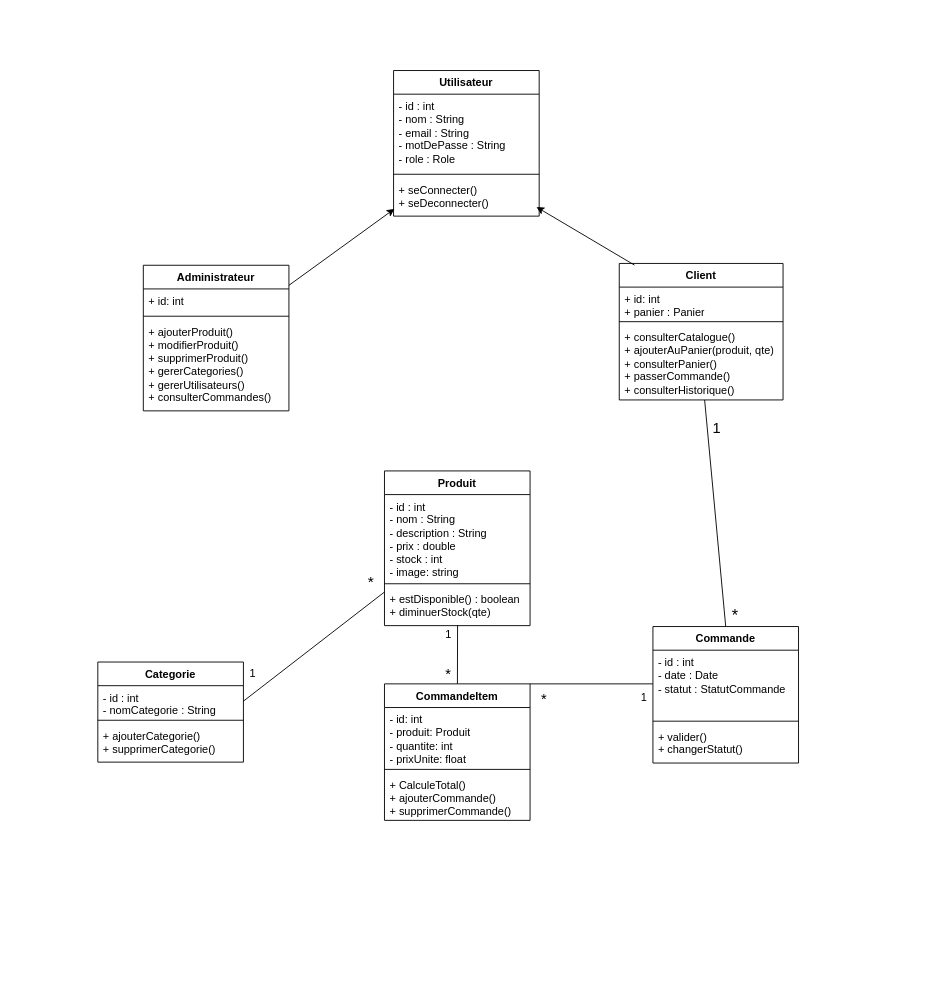
Earlier version of the draw.io diagram conception/DC.drawio (Makhfi-03/D-veloppement-d-une-application-web-e-commerce-pour-la-vente-de-produits-lectroniques). Source tidied: cells renumbered, new cells numbered last; positions are measured from the earlier drawing's top-left corner, leaving out a move shared by most shapes. Both pictures are drawn from the tidied source at 91%, with x=0, y=0 at pixel (97, 70).
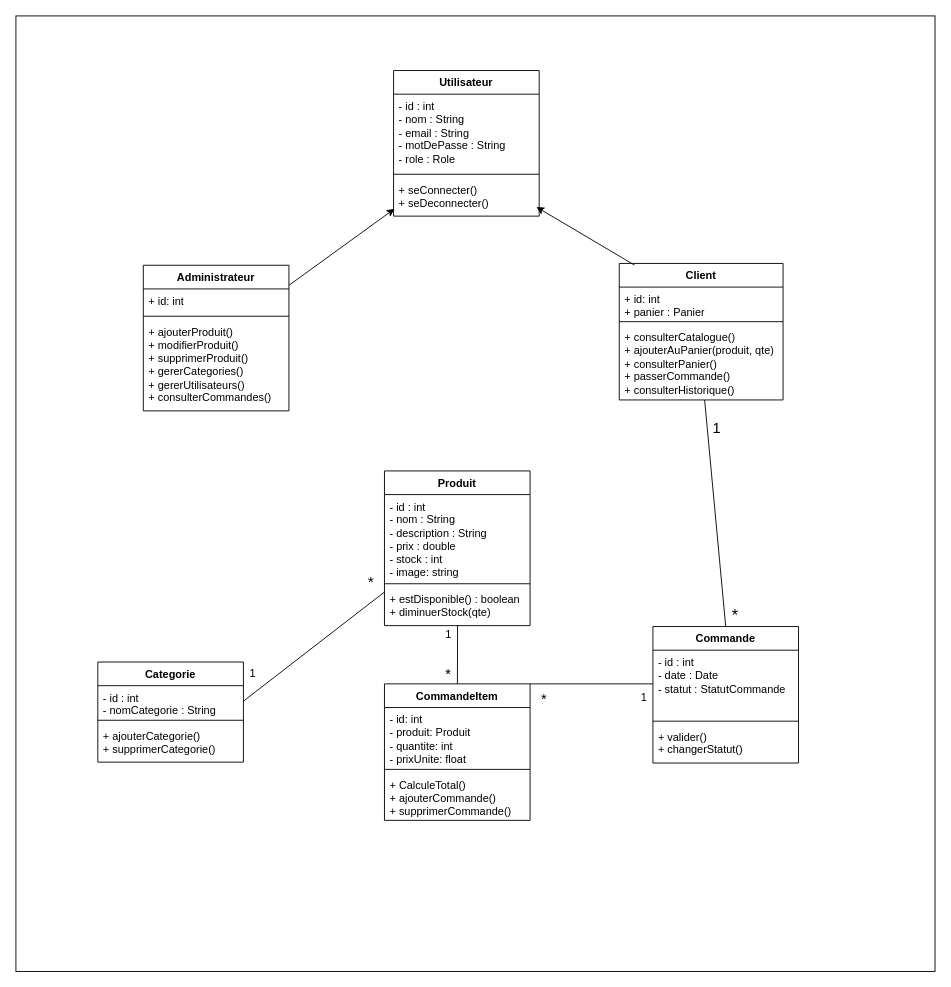
The same diagram, later.

Change to the diagram source:
```diff
@@
+    <mxCell id="44" style="html=1;whiteSpace=wrap;" parent="1" vertex="1">
+      <mxGeometry x="-90" y="-60" width="1010" height="1050" as="geometry" />
+    </mxCell>
```
